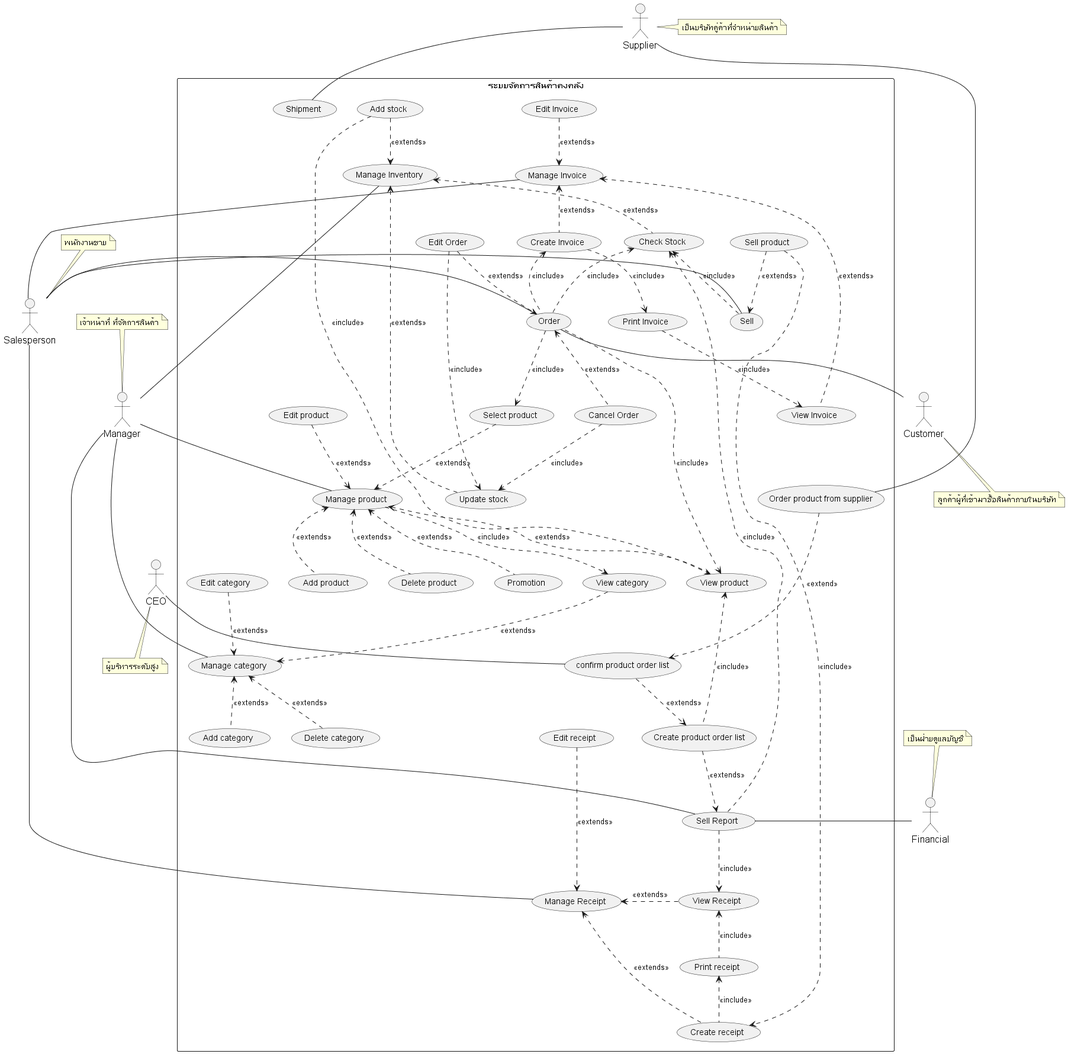
This is out/system-analysis/usecase/_0_usecase-diagram/_0_usecase-diagram.png from billowdev/inventory-system-plantuml-sequelize-seeder-example, a PlantUML export, as it was before one commit.
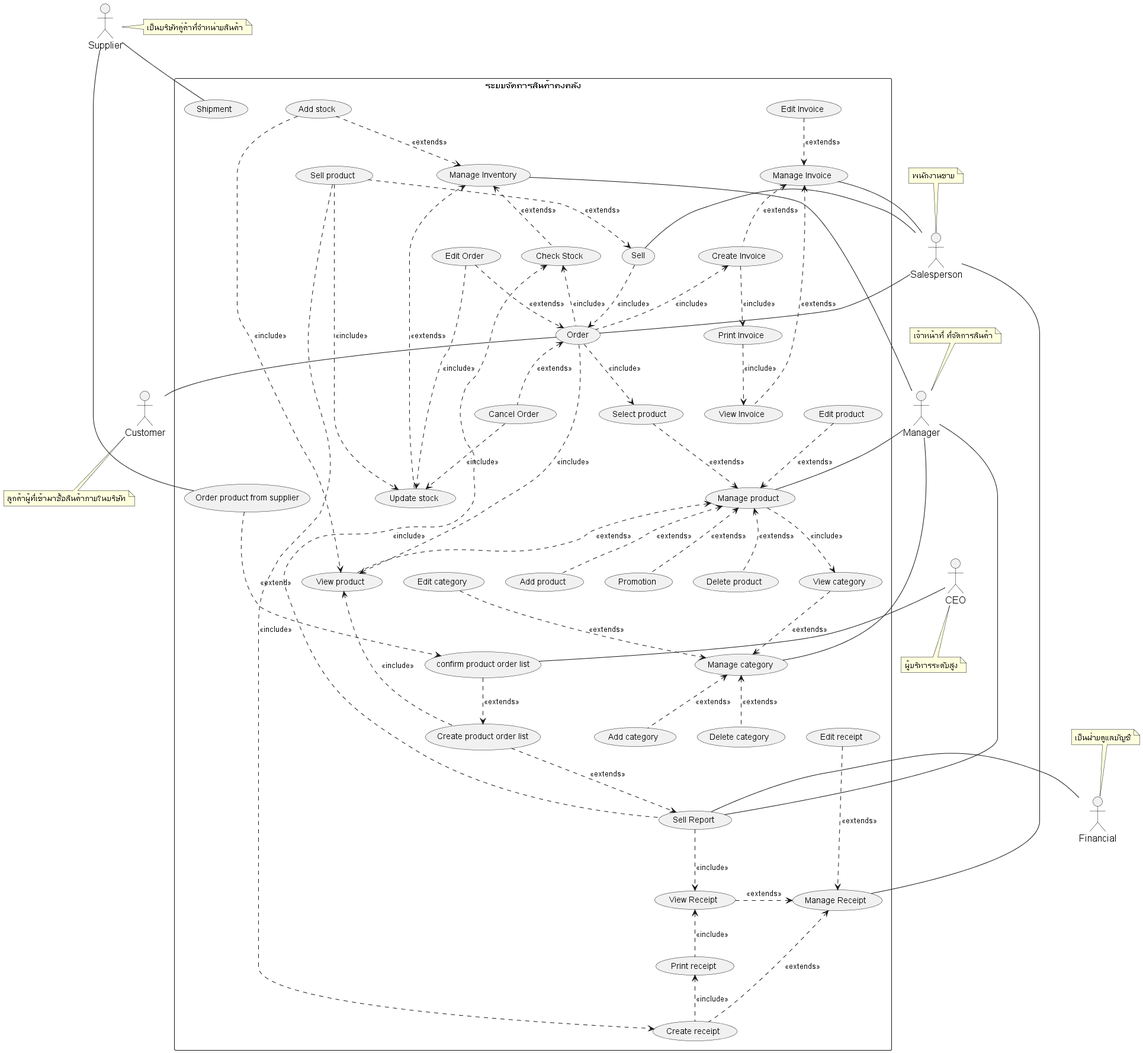
The same file after the commit.

Commit message:
extract usecase create product order list

Diff of the diagram source:
```diff
@@ -114,9 +114,10 @@
     (usecaseInventory) <.. (usecaseCheckStock) : <<extends>>
 
     (usecaseSellProduct) ..> (usecaseSell) : <<extends>>
-    (usecaseCheckStock) <.. (usecaseSell)    : <<include>>
+    (usecaseSellProduct)  ..> (usecaseUpdateStock)   : <<include>>
 
     (usecaseSellProduct)  ..> (usecaseCreateReceipt) : <<include>>
+    (usecaseSell)  ..> (usecaseOrder) : <<include>>
 
     actorSalesperson - (usecaseSell)
 
```
